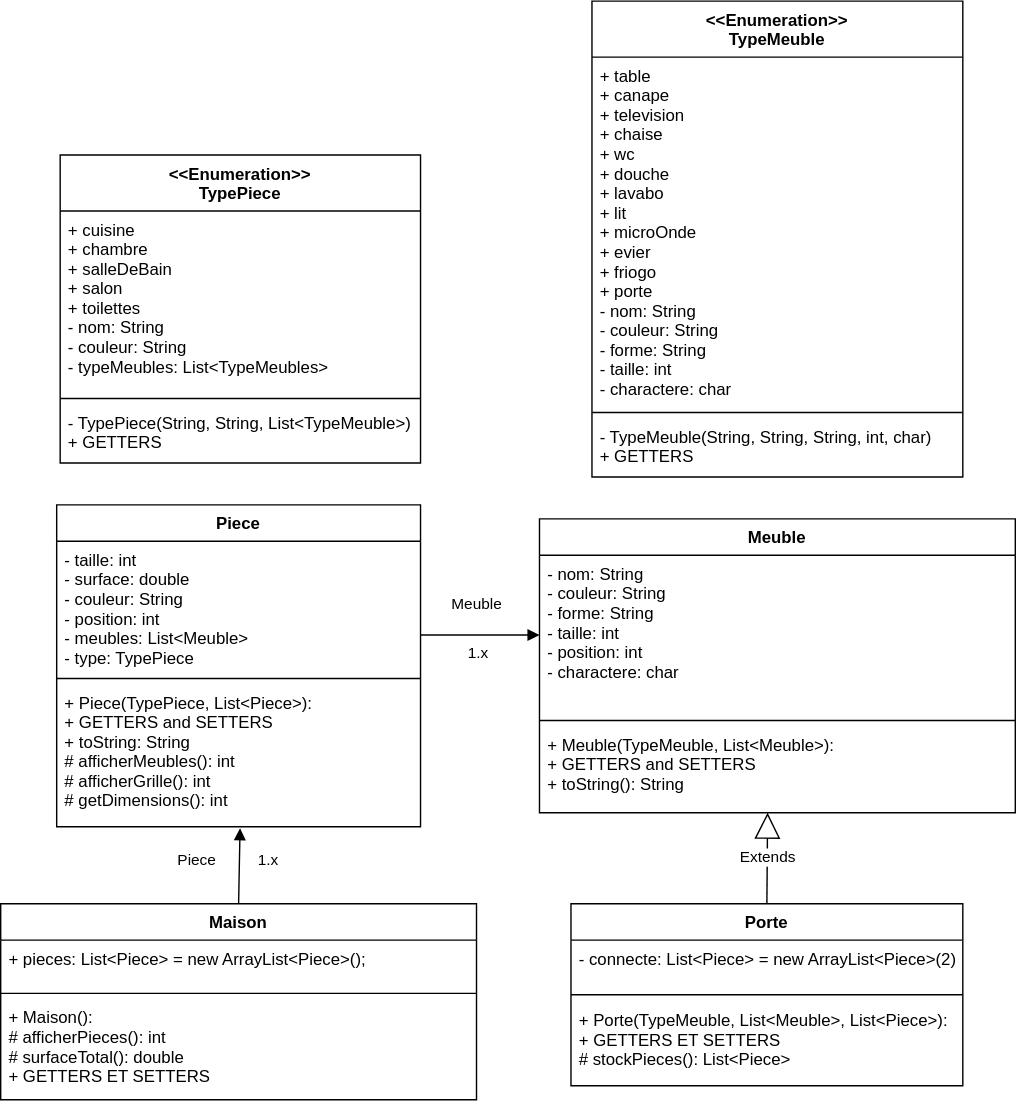
Above: TP9_MaisonVirtuelle/assets/diagramme_de_classe.drawio.svg in jeremyfouquet/heritage_java (draw.io), before the change. Source tidied: cells renumbered, new cells last; positions are measured from the earlier drawing's top-left corner, leaving out a move shared by most shapes.
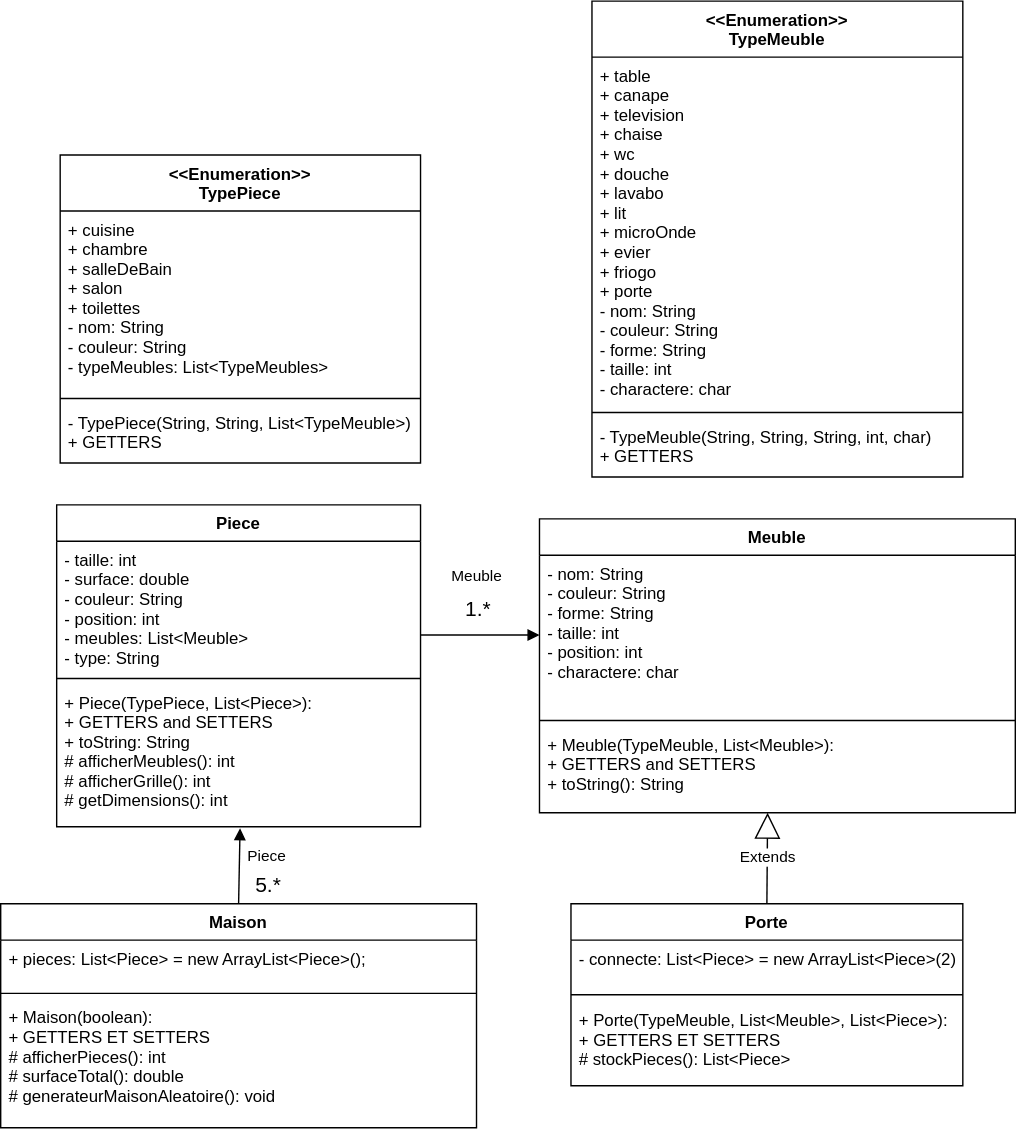
Above is the later version.

The edit, as a diff of the source:
```diff
@@ -5,7 +5,7 @@
     <mxCell id="2" value="Piece" style="swimlane;fontStyle=1;align=center;verticalAlign=top;horizontal=1;startSize=26;" parent="1" vertex="1">
       <mxGeometry x="40" y="360" width="260" height="230" as="geometry" />
     </mxCell>
-    <mxCell id="3" value="- taille: int&#10;- surface: double&#10;- couleur: String&#10;- position: int&#10;- meubles: List&lt;Meuble&gt;&#10;- type: TypePiece" style="text;strokeColor=none;fillColor=none;align=left;verticalAlign=top;spacingLeft=4;spacingRight=4;overflow=hidden;fontStyle=0;" parent="2" vertex="1">
+    <mxCell id="3" value="- taille: int&#10;- surface: double&#10;- couleur: String&#10;- position: int&#10;- meubles: List&lt;Meuble&gt;&#10;- type: String" style="text;strokeColor=none;fillColor=none;align=left;verticalAlign=top;spacingLeft=4;spacingRight=4;overflow=hidden;fontStyle=0;" parent="2" vertex="1">
       <mxGeometry y="26" width="260" height="94" as="geometry" />
     </mxCell>
     <mxCell id="4" style="line;strokeWidth=1;fillColor=none;align=left;verticalAlign=middle;spacingTop=-1;spacingLeft=3;spacingRight=3;labelPosition=right;" parent="2" vertex="1">
@@ -39,11 +39,11 @@
       <mxGeometry y="148" width="340" height="62" as="geometry" />
     </mxCell>
     <mxCell id="14" value="Piece" style="html=1;verticalAlign=bottom;endArrow=block;rounded=0;exitX=0.5;exitY=0;exitDx=0;exitDy=0;entryX=0.504;entryY=1.01;entryDx=0;entryDy=0;entryPerimeter=0;" parent="1" edge="1" source="20" target="5">
-      <mxGeometry x="-0.22" y="30" relative="1" as="geometry" />
+      <mxGeometry x="-0.06" y="-20" relative="1" as="geometry" />
     </mxCell>
-    <mxCell id="15" value="1.x" style="edgeLabel;html=1;align=center;verticalAlign=middle;" parent="14" vertex="1">
+    <mxCell id="15" value="&lt;font style=&quot;font-size: 15px&quot;&gt;5.*&lt;/font&gt;" style="edgeLabel;html=1;align=center;verticalAlign=middle;" parent="14" vertex="1">
       <mxGeometry x="0.4" y="-2" relative="1" as="geometry">
-        <mxPoint x="18" y="6" as="offset" />
+        <mxPoint x="18" y="23" as="offset" />
       </mxGeometry>
     </mxCell>
     <mxCell id="16" value="&lt;&lt;Enumeration&gt;&gt;&#10;TypePiece" style="swimlane;fontStyle=1;align=center;verticalAlign=top;horizontal=1;startSize=40;" parent="1" vertex="1">
@@ -59,7 +59,7 @@
       <mxGeometry y="178" width="257.5" height="42" as="geometry" />
     </mxCell>
     <mxCell id="20" value="Maison" style="swimlane;fontStyle=1;align=center;verticalAlign=top;horizontal=1;startSize=26;" parent="1" vertex="1">
-      <mxGeometry y="645" width="340" height="140" as="geometry" />
+      <mxGeometry y="645" width="340" height="160" as="geometry" />
     </mxCell>
     <mxCell id="21" value="+ pieces: List&lt;Piece&gt; = new ArrayList&lt;Piece&gt;();" style="text;strokeColor=none;fillColor=none;align=left;verticalAlign=top;spacingLeft=4;spacingRight=4;overflow=hidden;fontStyle=0;" parent="20" vertex="1">
       <mxGeometry y="26" width="340" height="34" as="geometry" />
@@ -67,17 +67,17 @@
     <mxCell id="22" style="line;strokeWidth=1;fillColor=none;align=left;verticalAlign=middle;spacingTop=-1;spacingLeft=3;spacingRight=3;labelPosition=right;" parent="20" vertex="1">
       <mxGeometry y="60" width="340" height="8" as="geometry" />
     </mxCell>
-    <mxCell id="23" value="+ Maison():&#10;# afficherPieces(): int&#10;# surfaceTotal(): double&#10;+ GETTERS ET SETTERS" style="text;strokeColor=none;fillColor=none;align=left;verticalAlign=top;spacingLeft=4;spacingRight=4;overflow=hidden;fontStyle=0;" parent="20" vertex="1">
-      <mxGeometry y="68" width="340" height="72" as="geometry" />
+    <mxCell id="23" value="+ Maison(boolean):&#10;+ GETTERS ET SETTERS&#10;# afficherPieces(): int&#10;# surfaceTotal(): double&#10;# generateurMaisonAleatoire(): void&#10;" style="text;strokeColor=none;fillColor=none;align=left;verticalAlign=top;spacingLeft=4;spacingRight=4;overflow=hidden;fontStyle=0;" parent="20" vertex="1">
+      <mxGeometry y="68" width="340" height="92" as="geometry" />
     </mxCell>
     <mxCell id="24" value="Meuble" style="html=1;verticalAlign=bottom;endArrow=block;rounded=0;entryX=0;entryY=0.5;entryDx=0;entryDy=0;" parent="1" edge="1" target="11">
-      <mxGeometry x="-0.06" y="13" relative="1" as="geometry">
+      <mxGeometry x="-0.06" y="33" relative="1" as="geometry">
         <mxPoint x="300" y="453" as="sourcePoint" />
       </mxGeometry>
     </mxCell>
-    <mxCell id="25" value="1.x" style="edgeLabel;html=1;align=center;verticalAlign=middle;" parent="24" vertex="1">
+    <mxCell id="25" value="1.*" style="edgeLabel;html=1;align=center;verticalAlign=middle;fontSize=15;" parent="24" vertex="1">
       <mxGeometry x="0.4" y="-2" relative="1" as="geometry">
-        <mxPoint x="-19" y="10" as="offset" />
+        <mxPoint x="-19" y="-22" as="offset" />
       </mxGeometry>
     </mxCell>
     <mxCell id="26" value="Extends" style="endArrow=block;endSize=16;endFill=0;html=1;rounded=0;exitX=0.5;exitY=0;exitDx=0;exitDy=0;" parent="1" edge="1" source="6">
```
